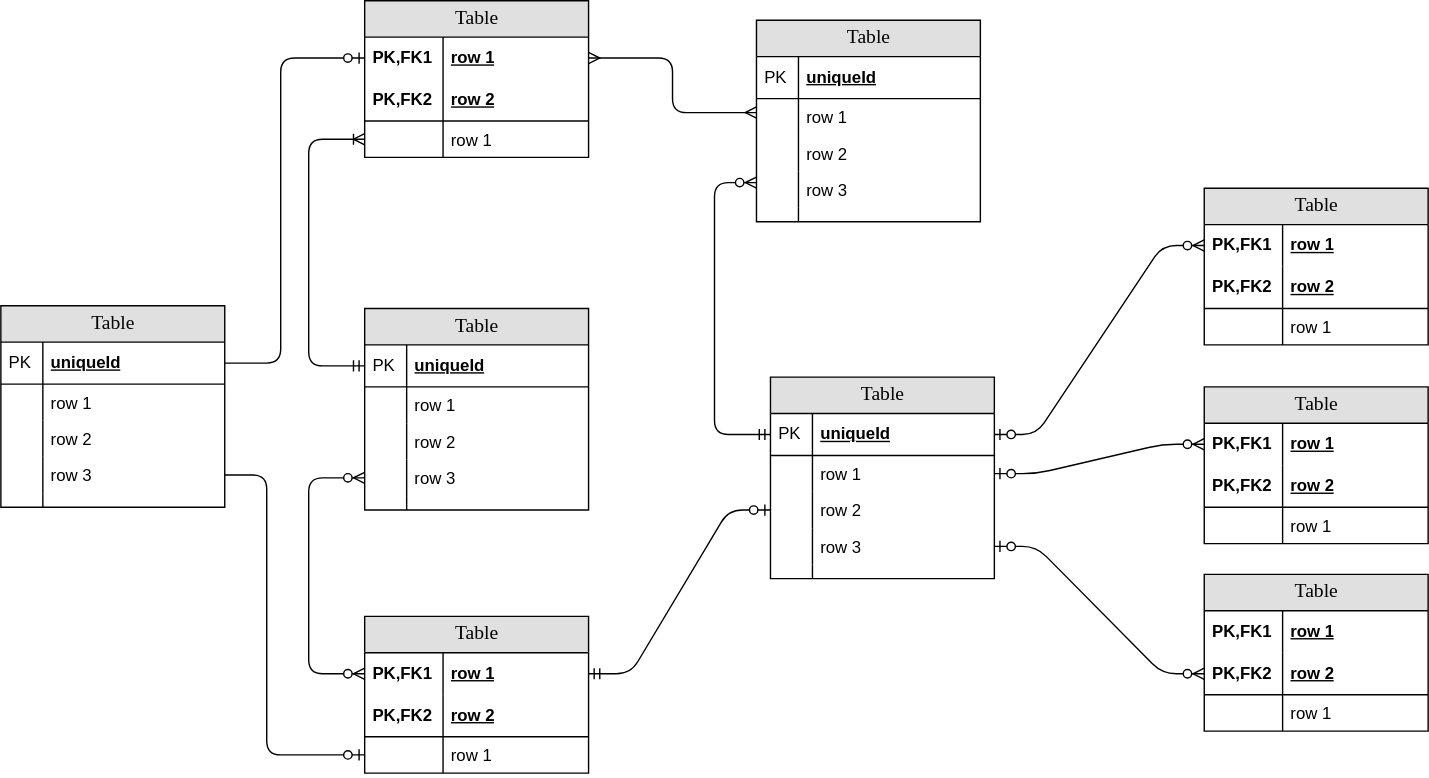
DagHjermann/R_common_functions keeps this draw.io diagram as Untitled Diagram.svg. Above is the earlier version. Source tidied: cells renumbered, new cells last; positions are measured from the earlier drawing's top-left corner, leaving out a move shared by most shapes.
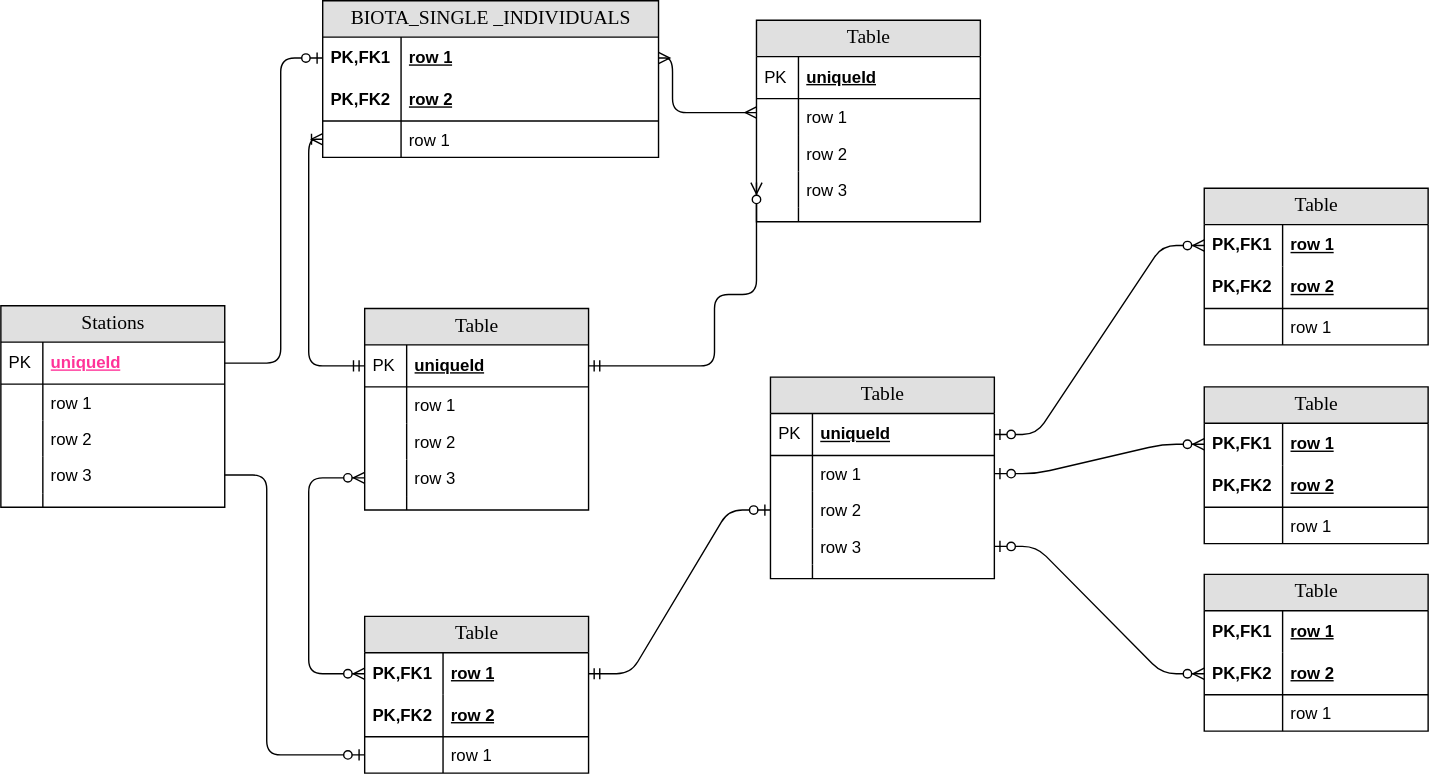
Above is the later version.

Diff of the diagram source:
```diff
@@ -2,23 +2,23 @@
   <root>
     <mxCell id="0" />
     <mxCell id="1" parent="0" />
-    <mxCell id="2" value="Table" style="swimlane;html=1;fontStyle=0;horizontal=1;startSize=26;fillColor=#e0e0e0;swimlaneFillColor=#ffffff;align=center;rounded=0;shadow=0;comic=0;labelBackgroundColor=none;strokeWidth=1;fontFamily=Verdana;fontSize=14;" parent="1" vertex="1">
-      <mxGeometry x="260" width="160" height="112" as="geometry" />
+    <mxCell id="2" value="BIOTA_SINGLE _INDIVIDUALS" style="swimlane;html=1;fontStyle=0;horizontal=1;startSize=26;fillColor=#e0e0e0;swimlaneFillColor=#ffffff;align=center;rounded=0;shadow=0;comic=0;labelBackgroundColor=none;strokeWidth=1;fontFamily=Verdana;fontSize=14;" parent="1" vertex="1">
+      <mxGeometry x="230" width="240" height="112" as="geometry" />
     </mxCell>
     <mxCell id="3" value="row 1" style="shape=partialRectangle;top=0;left=0;right=0;bottom=0;html=1;align=left;verticalAlign=middle;fillColor=none;spacingLeft=60;spacingRight=4;whiteSpace=wrap;overflow=hidden;points=[[0,0.5],[1,0.5]];portConstraint=eastwest;fontStyle=5;" parent="2" vertex="1">
-      <mxGeometry y="26" width="160" height="30" as="geometry" />
+      <mxGeometry y="26" width="240" height="30" as="geometry" />
     </mxCell>
     <mxCell id="4" value="PK,FK1" style="shape=partialRectangle;fontStyle=1;top=0;left=0;bottom=0;html=1;fillColor=none;align=left;verticalAlign=middle;spacingLeft=4;spacingRight=4;whiteSpace=wrap;overflow=hidden;" parent="3" vertex="1">
       <mxGeometry width="56" height="30" as="geometry" />
     </mxCell>
     <mxCell id="5" value="row 2" style="shape=partialRectangle;top=0;left=0;right=0;bottom=1;html=1;align=left;verticalAlign=middle;fillColor=none;spacingLeft=60;spacingRight=4;whiteSpace=wrap;overflow=hidden;fontStyle=5;" parent="2" vertex="1">
-      <mxGeometry y="56" width="160" height="30" as="geometry" />
+      <mxGeometry y="56" width="240" height="30" as="geometry" />
     </mxCell>
     <mxCell id="6" value="PK,FK2" style="shape=partialRectangle;fontStyle=1;top=0;left=0;bottom=0;html=1;fillColor=none;align=left;verticalAlign=middle;spacingLeft=4;spacingRight=4;whiteSpace=wrap;overflow=hidden;" parent="5" vertex="1">
       <mxGeometry width="56" height="30" as="geometry" />
     </mxCell>
     <mxCell id="7" value="row 1" style="shape=partialRectangle;top=0;left=0;right=0;bottom=0;html=1;align=left;verticalAlign=top;fillColor=none;spacingLeft=60;spacingRight=4;whiteSpace=wrap;overflow=hidden;points=[[0,0.5],[1,0.5]];portConstraint=eastwest;" parent="2" vertex="1">
-      <mxGeometry y="86" width="160" height="26" as="geometry" />
+      <mxGeometry y="86" width="240" height="26" as="geometry" />
     </mxCell>
     <mxCell id="8" style="shape=partialRectangle;top=0;left=0;bottom=0;html=1;fillColor=none;align=left;verticalAlign=top;spacingLeft=4;spacingRight=4;whiteSpace=wrap;overflow=hidden;" parent="7" vertex="1">
       <mxGeometry width="56" height="26" as="geometry" />
@@ -188,11 +188,12 @@
         </Array>
       </mxGeometry>
     </mxCell>
-    <mxCell id="59" style="edgeStyle=orthogonalEdgeStyle;html=1;endArrow=ERzeroToMany;startArrow=ERmandOne;labelBackgroundColor=none;fontFamily=Verdana;fontSize=14;entryX=0;entryY=0.308;entryPerimeter=0;exitX=0;exitY=0.5;" parent="1" edge="1" source="32" target="16">
+    <mxCell id="59" style="edgeStyle=orthogonalEdgeStyle;html=1;endArrow=ERzeroToMany;startArrow=ERmandOne;labelBackgroundColor=none;fontFamily=Verdana;fontSize=14;entryX=0;entryY=0.308;entryPerimeter=0;exitX=1;exitY=0.5;exitDx=0;exitDy=0;" parent="1" edge="1" source="21" target="16">
       <mxGeometry relative="1" as="geometry">
         <Array as="points">
-          <mxPoint x="510" y="310" />
-          <mxPoint x="510" y="130" />
+          <mxPoint x="510" y="261" />
+          <mxPoint x="510" y="210" />
+          <mxPoint x="540" y="210" />
         </Array>
       </mxGeometry>
     </mxCell>
@@ -250,10 +251,10 @@
     <mxCell id="77" style="edgeStyle=entityRelationEdgeStyle;html=1;endArrow=ERzeroToMany;startArrow=ERzeroToOne;labelBackgroundColor=none;fontFamily=Verdana;fontSize=14;entryX=0;entryY=0.5;exitX=1;exitY=0.5;" parent="1" edge="1" source="38" target="72">
       <mxGeometry relative="1" as="geometry" />
     </mxCell>
-    <mxCell id="78" value="Table" style="swimlane;html=1;fontStyle=0;horizontal=1;startSize=26;fillColor=#e0e0e0;swimlaneFillColor=#ffffff;align=center;rounded=0;shadow=0;comic=0;labelBackgroundColor=none;strokeWidth=1;fontFamily=Verdana;fontSize=14;" parent="1" vertex="1">
+    <mxCell id="78" value="Stations" style="swimlane;html=1;fontStyle=0;horizontal=1;startSize=26;fillColor=#e0e0e0;swimlaneFillColor=#ffffff;align=center;rounded=0;shadow=0;comic=0;labelBackgroundColor=none;strokeWidth=1;fontFamily=Verdana;fontSize=14;" parent="1" vertex="1">
       <mxGeometry y="218" width="160" height="144" as="geometry" />
     </mxCell>
-    <mxCell id="79" value="uniqueId" style="shape=partialRectangle;top=0;left=0;right=0;bottom=1;html=1;align=left;verticalAlign=middle;fillColor=none;spacingLeft=34;spacingRight=4;whiteSpace=wrap;overflow=hidden;points=[[0,0.5],[1,0.5]];portConstraint=eastwest;fontStyle=5;" parent="78" vertex="1">
+    <mxCell id="79" value="uniqueId" style="shape=partialRectangle;top=0;left=0;right=0;bottom=1;html=1;align=left;verticalAlign=middle;fillColor=none;spacingLeft=34;spacingRight=4;whiteSpace=wrap;overflow=hidden;points=[[0,0.5],[1,0.5]];portConstraint=eastwest;fontStyle=5;fontColor=#FF3399;" parent="78" vertex="1">
       <mxGeometry y="26" width="160" height="30" as="geometry" />
     </mxCell>
     <mxCell id="80" value="PK" style="shape=partialRectangle;top=0;left=0;bottom=0;html=1;fillColor=none;align=left;verticalAlign=middle;spacingLeft=4;spacingRight=4;whiteSpace=wrap;overflow=hidden;" parent="79" vertex="1">
```
